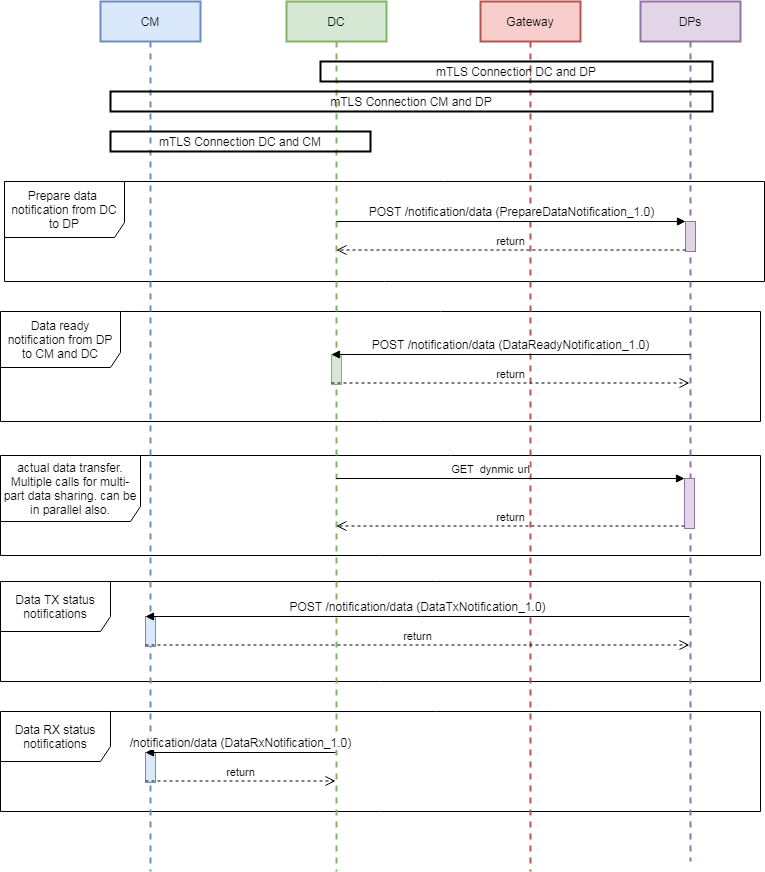
Earlier version of the draw.io export seqDiagram/dataFlow.png (iSPIRT/DEPA). Source tidied: cells renumbered, new cells last; positions are measured from the earlier drawing's top-left corner, leaving out a move shared by most shapes.
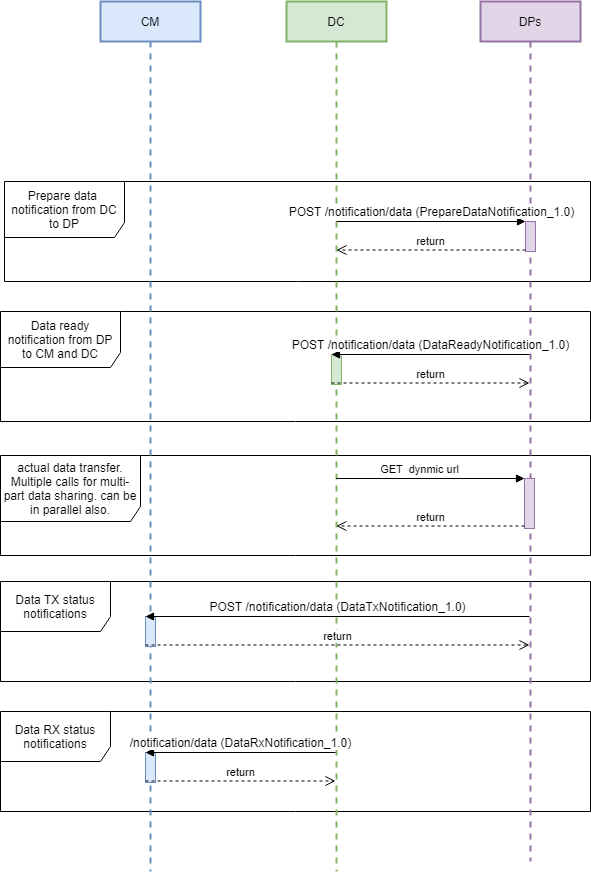
The same diagram one commit later.

Diff of the diagram source:
```diff
@@ -3,19 +3,19 @@
     <mxCell id="0" />
     <mxCell id="1" parent="0" />
     <mxCell id="2" value="Data TX status notifications" style="shape=umlFrame;whiteSpace=wrap;html=1;width=110;height=50;" parent="1" vertex="1">
-      <mxGeometry y="580" width="760" height="100" as="geometry" />
+      <mxGeometry y="580" width="590" height="100" as="geometry" />
     </mxCell>
     <mxCell id="3" value="Prepare data&amp;nbsp; notification from DC to DP" style="shape=umlFrame;whiteSpace=wrap;html=1;width=120;height=56;" parent="1" vertex="1">
-      <mxGeometry x="4" y="180" width="760" height="100" as="geometry" />
+      <mxGeometry x="4" y="180" width="586" height="100" as="geometry" />
     </mxCell>
     <mxCell id="4" value="Data ready notification from DP to CM and DC" style="shape=umlFrame;whiteSpace=wrap;html=1;width=120;height=56;" parent="1" vertex="1">
-      <mxGeometry y="310" width="760" height="110" as="geometry" />
+      <mxGeometry y="310" width="590" height="110" as="geometry" />
     </mxCell>
     <mxCell id="5" value="Data RX status notifications" style="shape=umlFrame;whiteSpace=wrap;html=1;width=110;height=50;" parent="1" vertex="1">
-      <mxGeometry y="710" width="760" height="100" as="geometry" />
+      <mxGeometry y="710" width="590" height="100" as="geometry" />
     </mxCell>
     <mxCell id="6" value="actual data transfer. Multiple calls for multi-part data sharing. can be in parallel also." style="shape=umlFrame;whiteSpace=wrap;html=1;width=140;height=66;" parent="1" vertex="1">
-      <mxGeometry y="454" width="760" height="100" as="geometry" />
+      <mxGeometry y="454" width="590" height="100" as="geometry" />
     </mxCell>
     <mxCell id="7" value="CM" style="shape=umlLifeline;perimeter=lifelinePerimeter;whiteSpace=wrap;html=1;fillColor=#dae8fc;strokeColor=#6c8ebf;strokeWidth=2;" parent="1" vertex="1">
       <mxGeometry x="100" width="100" height="870" as="geometry" />
@@ -26,11 +26,8 @@
     <mxCell id="9" style="html=1;points=[];perimeter=orthogonalPerimeter;fillColor=#d5e8d4;strokeColor=#82b366;" parent="8" vertex="1">
       <mxGeometry x="45" y="353" width="10" height="30" as="geometry" />
     </mxCell>
-    <mxCell id="10" value="Gateway" style="shape=umlLifeline;perimeter=lifelinePerimeter;whiteSpace=wrap;html=1;fillColor=#f8cecc;strokeColor=#b85450;strokeWidth=2;" parent="1" vertex="1">
-      <mxGeometry x="480" width="100" height="870" as="geometry" />
-    </mxCell>
     <mxCell id="11" value="DPs" style="shape=umlLifeline;perimeter=lifelinePerimeter;whiteSpace=wrap;html=1;outlineConnect=0;fillColor=#e1d5e7;strokeColor=#9673a6;strokeWidth=2;" parent="1" vertex="1">
-      <mxGeometry x="640" width="100" height="860" as="geometry" />
+      <mxGeometry x="480" width="100" height="860" as="geometry" />
     </mxCell>
     <mxCell id="12" style="html=1;points=[];perimeter=orthogonalPerimeter;fillColor=#e1d5e7;strokeColor=#9673a6;" parent="11" vertex="1">
       <mxGeometry x="44" y="477" width="10" height="50" as="geometry" />
@@ -38,15 +35,11 @@
     <mxCell id="13" style="html=1;points=[];perimeter=orthogonalPerimeter;fillColor=#e1d5e7;strokeColor=#9673a6;" parent="11" vertex="1">
       <mxGeometry x="45" y="220" width="10" height="30" as="geometry" />
     </mxCell>
-    <mxCell id="14" value="&lt;span style=&quot;font-size: 12px&quot;&gt;POST /notification/data&amp;nbsp;&lt;/span&gt;&lt;span style=&quot;font-size: 12px&quot;&gt;(DataReadyNotification_1.0)&lt;/span&gt;&lt;span style=&quot;font-size: 12px&quot;&gt;&lt;br&gt;&lt;/span&gt;" style="html=1;verticalAlign=bottom;endArrow=block;entryX=0;entryY=0;exitX=0.5;exitY=0.401;exitDx=0;exitDy=0;exitPerimeter=0;" parent="1" edge="1" target="9">
-      <mxGeometry relative="1" as="geometry">
-        <mxPoint x="690" y="353.1" as="sourcePoint" />
-      </mxGeometry>
+    <mxCell id="14" value="&lt;span style=&quot;font-size: 12px&quot;&gt;POST /notification/data&amp;nbsp;&lt;/span&gt;&lt;span style=&quot;font-size: 12px&quot;&gt;(DataReadyNotification_1.0)&lt;/span&gt;&lt;span style=&quot;font-size: 12px&quot;&gt;&lt;br&gt;&lt;/span&gt;" style="html=1;verticalAlign=bottom;endArrow=block;entryX=0;entryY=0;" parent="1" edge="1" source="11" target="9">
+      <mxGeometry relative="1" as="geometry" />
     </mxCell>
-    <mxCell id="15" value="return" style="html=1;verticalAlign=bottom;endArrow=open;dashed=1;endSize=8;exitX=0;exitY=0.95;" parent="1" edge="1" source="9">
-      <mxGeometry relative="1" as="geometry">
-        <mxPoint x="689" y="381.5" as="targetPoint" />
-      </mxGeometry>
+    <mxCell id="15" value="return" style="html=1;verticalAlign=bottom;endArrow=open;dashed=1;endSize=8;exitX=0;exitY=0.95;" parent="1" edge="1" source="9" target="11">
+      <mxGeometry relative="1" as="geometry" />
     </mxCell>
     <mxCell id="16" value="GET&amp;nbsp; dynmic url" style="html=1;verticalAlign=bottom;endArrow=block;entryX=0;entryY=0;" parent="1" edge="1" target="12">
       <mxGeometry x="-0.11" relative="1" as="geometry">
@@ -61,15 +54,11 @@
     <mxCell id="18" style="html=1;points=[];perimeter=orthogonalPerimeter;fillColor=#dae8fc;strokeColor=#6c8ebf;" parent="1" vertex="1">
       <mxGeometry x="145" y="615" width="10" height="30" as="geometry" />
     </mxCell>
-    <mxCell id="19" value="&lt;span style=&quot;font-size: 12px&quot;&gt;POST /notification/data&amp;nbsp;&lt;/span&gt;&lt;span style=&quot;font-size: 12px&quot;&gt;(DataTxNotification_1.0)&lt;/span&gt;" style="html=1;verticalAlign=bottom;endArrow=block;entryX=0;entryY=0;" parent="1" edge="1" target="18">
-      <mxGeometry relative="1" as="geometry">
-        <mxPoint x="689" y="615" as="sourcePoint" />
-      </mxGeometry>
+    <mxCell id="19" value="&lt;span style=&quot;font-size: 12px&quot;&gt;POST /notification/data&amp;nbsp;&lt;/span&gt;&lt;span style=&quot;font-size: 12px&quot;&gt;(DataTxNotification_1.0)&lt;/span&gt;" style="html=1;verticalAlign=bottom;endArrow=block;entryX=0;entryY=0;" parent="1" edge="1" source="11" target="18">
+      <mxGeometry relative="1" as="geometry" />
     </mxCell>
-    <mxCell id="20" value="return" style="html=1;verticalAlign=bottom;endArrow=open;dashed=1;endSize=8;exitX=0;exitY=0.95;" parent="1" edge="1" source="18">
-      <mxGeometry relative="1" as="geometry">
-        <mxPoint x="689" y="643.5" as="targetPoint" />
-      </mxGeometry>
+    <mxCell id="20" value="return" style="html=1;verticalAlign=bottom;endArrow=open;dashed=1;endSize=8;exitX=0;exitY=0.95;" parent="1" edge="1" source="18" target="11">
+      <mxGeometry relative="1" as="geometry" />
     </mxCell>
     <mxCell id="21" style="html=1;points=[];perimeter=orthogonalPerimeter;fillColor=#dae8fc;strokeColor=#6c8ebf;" parent="1" vertex="1">
       <mxGeometry x="145" y="751" width="10" height="30" as="geometry" />
@@ -94,14 +83,5 @@
         <mxPoint x="336" y="248.5" as="targetPoint" />
       </mxGeometry>
     </mxCell>
-    <mxCell id="26" value="mTLS Connection DC and DP" style="text;html=1;fillColor=none;align=center;verticalAlign=middle;whiteSpace=wrap;rounded=0;fontSize=12;strokeColor=#000000;strokeWidth=2;" parent="1" vertex="1">
-      <mxGeometry x="320" y="60" width="392" height="20" as="geometry" />
-    </mxCell>
-    <mxCell id="27" value="mTLS Connection CM and DP" style="text;html=1;fillColor=none;align=center;verticalAlign=middle;whiteSpace=wrap;rounded=0;fontSize=12;strokeColor=#000000;strokeWidth=2;" parent="1" vertex="1">
-      <mxGeometry x="110" y="90" width="602" height="20" as="geometry" />
-    </mxCell>
-    <mxCell id="28" value="mTLS Connection DC and CM" style="text;html=1;fillColor=none;align=center;verticalAlign=middle;whiteSpace=wrap;rounded=0;fontSize=12;strokeColor=#000000;strokeWidth=2;" parent="1" vertex="1">
-      <mxGeometry x="110" y="130" width="260" height="20" as="geometry" />
-    </mxCell>
   </root>
 </mxGraphModel>
```
